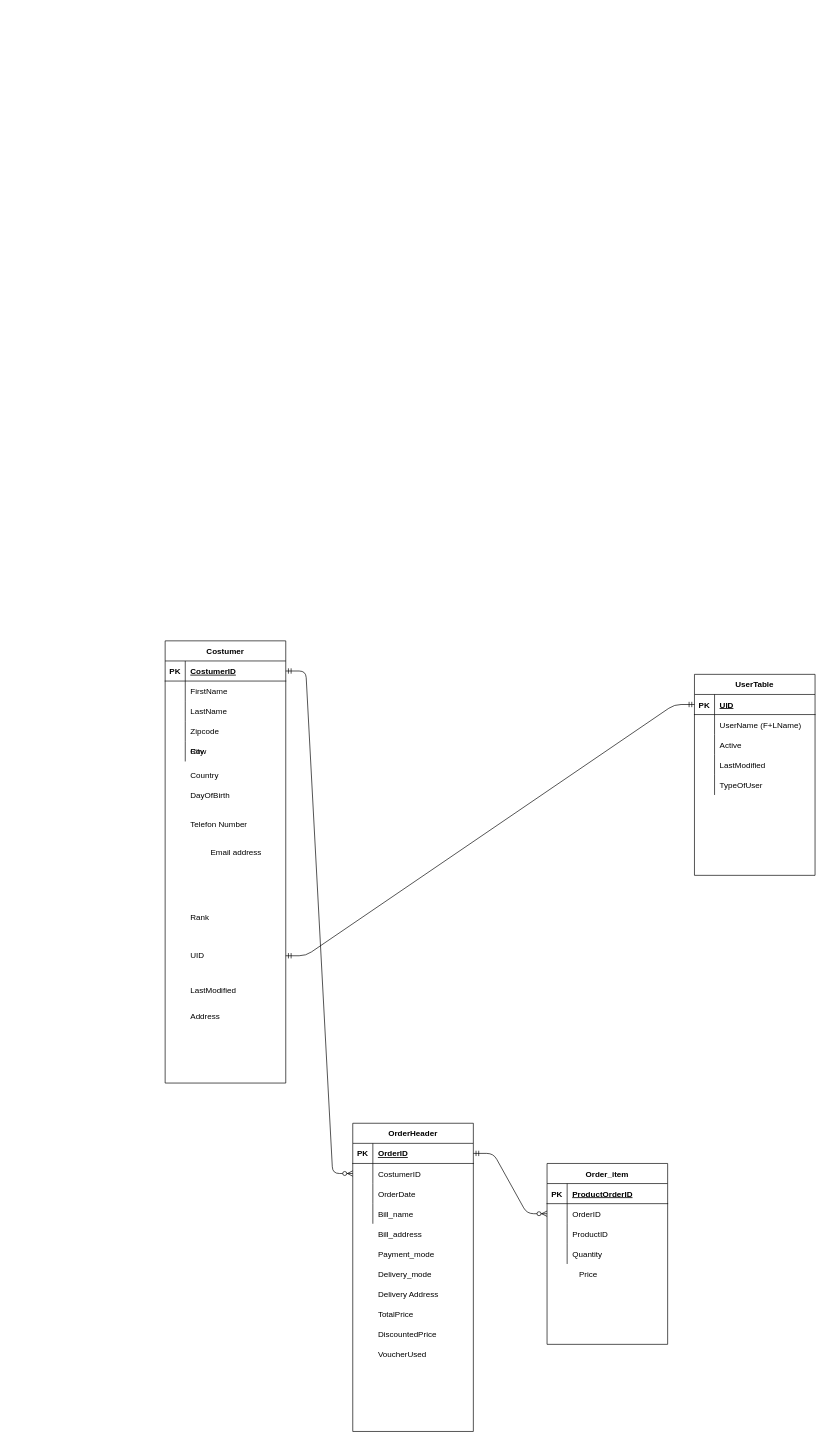
Garuda92/WebshopinPHP keeps this draw.io diagram as Untitled Diagram.drawio. Above is the earlier version. Source tidied: cells renumbered, new cells numbered last; positions are measured from the earlier drawing's top-left corner, leaving out a move shared by most shapes. Both pictures are drawn from the tidied source at 67%, with x=0, y=0 at pixel (165, 580).
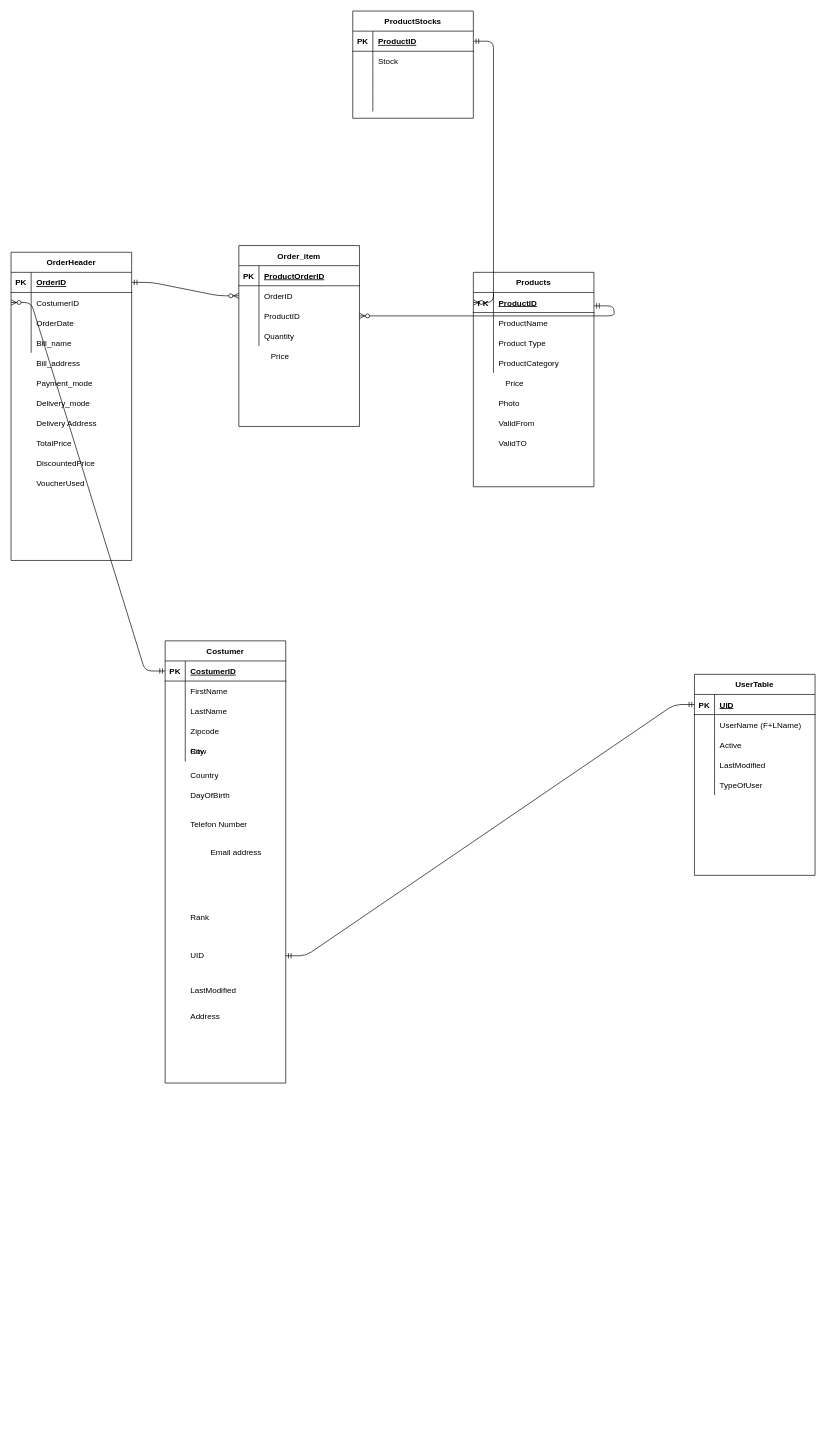
The same page after the edit.

Unchanged cells that the change refers to:
```xml
<mxCell id="50" style="shape=partialRectangle;fillColor=none;top=0;left=0;bottom=0;right=0;points=[[0,0.5],[1,0.5]];portConstraint=eastwest;" parent="43" vertex="1">
  <mxGeometry y="90" width="180" height="30" as="geometry" />
</mxCell>
```

Diff of the diagram source:
```diff
@@
     <mxCell id="18" style="group;" parent="1" vertex="1">
-      <mxGeometry x="280" y="810" width="180" height="460" as="geometry" />
+      <mxGeometry x="-230" y="-490" width="180" height="460" as="geometry" />
     </mxCell>
@@
     <mxCell id="39" style="group;" parent="1" vertex="1">
-      <mxGeometry x="570" y="870" width="180" height="270" as="geometry" />
+      <mxGeometry x="110" y="-500" width="180" height="270" as="geometry" />
     </mxCell>
@@
+    <mxCell id="94" style="group;" parent="1" vertex="1">
+      <mxGeometry x="420" y="-310" width="190" height="320" as="geometry" />
+    </mxCell>
+    <mxCell id="95" style="group;" parent="94" vertex="1">
+      <mxGeometry x="40" y="-150" width="190" height="320" as="geometry" />
+    </mxCell>
+    <mxCell id="96" value="ValidTO" style="shape=partialRectangle;fillColor=none;top=0;left=0;bottom=0;right=0;align=left;spacingLeft=6;overflow=hidden;" parent="95" vertex="1">
+      <mxGeometry x="30" y="240" width="150" height="30" as="geometry" />
+    </mxCell>
+    <mxCell id="97" value="Photo" style="shape=partialRectangle;fillColor=none;top=0;left=0;bottom=0;right=0;align=left;spacingLeft=6;overflow=hidden;" parent="95" vertex="1">
+      <mxGeometry x="30" y="180" width="150" height="30" as="geometry" />
+    </mxCell>
+    <mxCell id="98" style="shape=partialRectangle;fillColor=none;top=0;left=0;bottom=0;right=0;" parent="95" vertex="1">
+      <mxGeometry x="10" y="150" width="180" height="30" as="geometry" />
+    </mxCell>
+    <mxCell id="99" style="shape=partialRectangle;fillColor=none;top=0;left=0;bottom=0;right=0;overflow=hidden;" parent="98" vertex="1">
+      <mxGeometry width="30" height="30" as="geometry" />
+    </mxCell>
+    <mxCell id="100" value="Price" style="shape=partialRectangle;fillColor=none;top=0;left=0;bottom=0;right=0;align=left;spacingLeft=6;overflow=hidden;" parent="98" vertex="1">
+      <mxGeometry x="30" width="150" height="30" as="geometry" />
+    </mxCell>
+    <mxCell id="101" style="group;" parent="95" vertex="1">
+      <mxGeometry width="180" height="320" as="geometry" />
+    </mxCell>
+    <mxCell id="102" value="Products" style="shape=table;startSize=30;childLayout=tableLayout;rowLines=0;fontStyle=1;align=center;" parent="101" vertex="1">
+      <mxGeometry width="180" height="320" as="geometry" />
+    </mxCell>
+    <mxCell id="103" style="shape=partialRectangle;fillColor=none;top=0;left=0;bottom=1;right=0;points=[[0,0.5],[1,0.5]];portConstraint=eastwest;" parent="102" vertex="1">
+      <mxGeometry y="30" width="180" height="30" as="geometry" />
+    </mxCell>
+    <mxCell id="104" value="PK" style="shape=partialRectangle;fillColor=none;top=0;left=0;bottom=0;right=0;fontStyle=1;overflow=hidden;" parent="103" vertex="1">
+      <mxGeometry width="30" height="30" as="geometry" />
+    </mxCell>
+    <mxCell id="105" value="ProductID" style="shape=partialRectangle;fillColor=none;top=0;left=0;bottom=0;right=0;align=left;spacingLeft=6;fontStyle=5;overflow=hidden;" parent="103" vertex="1">
+      <mxGeometry x="30" width="150" height="30" as="geometry" />
+    </mxCell>
+    <mxCell id="106" style="shape=partialRectangle;fillColor=none;top=0;left=0;bottom=0;right=0;" parent="102" vertex="1">
+      <mxGeometry y="60" width="180" height="30" as="geometry" />
+    </mxCell>
+    <mxCell id="107" style="shape=partialRectangle;fillColor=none;top=0;left=0;bottom=0;right=0;overflow=hidden;" parent="106" vertex="1">
+      <mxGeometry width="30" height="30" as="geometry" />
+    </mxCell>
+    <mxCell id="108" value="ProductName" style="shape=partialRectangle;fillColor=none;top=0;left=0;bottom=0;right=0;align=left;spacingLeft=6;overflow=hidden;" parent="106" vertex="1">
+      <mxGeometry x="30" width="150" height="30" as="geometry" />
+    </mxCell>
+    <mxCell id="109" style="shape=partialRectangle;fillColor=none;top=0;left=0;bottom=0;right=0;" parent="102" vertex="1">
+      <mxGeometry y="90" width="180" height="30" as="geometry" />
+    </mxCell>
+    <mxCell id="110" style="shape=partialRectangle;fillColor=none;top=0;left=0;bottom=0;right=0;overflow=hidden;" parent="109" vertex="1">
+      <mxGeometry width="30" height="30" as="geometry" />
+    </mxCell>
+    <mxCell id="111" value="Product Type" style="shape=partialRectangle;fillColor=none;top=0;left=0;bottom=0;right=0;align=left;spacingLeft=6;overflow=hidden;" parent="109" vertex="1">
+      <mxGeometry x="30" width="150" height="30" as="geometry" />
+    </mxCell>
+    <mxCell id="112" style="shape=partialRectangle;fillColor=none;top=0;left=0;bottom=0;right=0;" parent="102" vertex="1">
+      <mxGeometry y="120" width="180" height="30" as="geometry" />
+    </mxCell>
+    <mxCell id="113" style="shape=partialRectangle;fillColor=none;top=0;left=0;bottom=0;right=0;overflow=hidden;" parent="112" vertex="1">
+      <mxGeometry width="30" height="30" as="geometry" />
+    </mxCell>
+    <mxCell id="114" value="ProductCategory" style="shape=partialRectangle;fillColor=none;top=0;left=0;bottom=0;right=0;align=left;spacingLeft=6;overflow=hidden;" parent="112" vertex="1">
+      <mxGeometry x="30" width="150" height="30" as="geometry" />
+    </mxCell>
+    <mxCell id="115" value="ValidFrom" style="shape=partialRectangle;fillColor=none;top=0;left=0;bottom=0;right=0;align=left;spacingLeft=6;overflow=hidden;" parent="101" vertex="1">
+      <mxGeometry x="30" y="210" width="150" height="30" as="geometry" />
+    </mxCell>
+    <mxCell id="116" style="edgeStyle=entityRelationEdgeStyle;fontSize=12;html=1;endArrow=ERzeroToMany;startArrow=ERmandOne;" parent="94" edge="1" target="50">
+      <mxGeometry relative="1" as="geometry">
+        <mxPoint x="220" y="-100" as="sourcePoint" />
+      </mxGeometry>
+    </mxCell>
+    <mxCell id="117" style="edgeStyle=entityRelationEdgeStyle;fontSize=12;html=1;endArrow=ERzeroToMany;startArrow=ERmandOne;exitX=1;exitY=0.5;exitDx=0;exitDy=0;entryX=0;entryY=0.5;entryDx=0;entryDy=0;" parent="1" edge="1" source="119" target="103">
+      <mxGeometry relative="1" as="geometry" />
+    </mxCell>
+    <mxCell id="118" value="&#10;ProductStocks&#10;" style="shape=table;startSize=30;childLayout=tableLayout;rowLines=0;fontStyle=1;align=center;" parent="1" vertex="1">
+      <mxGeometry x="280" y="-850" width="180" height="160" as="geometry" />
+    </mxCell>
+    <mxCell id="119" style="shape=partialRectangle;fillColor=none;top=0;left=0;bottom=1;right=0;points=[[0,0.5],[1,0.5]];portConstraint=eastwest;" parent="118" vertex="1">
+      <mxGeometry y="30" width="180" height="30" as="geometry" />
+    </mxCell>
+    <mxCell id="120" value="PK" style="shape=partialRectangle;fillColor=none;top=0;left=0;bottom=0;right=0;fontStyle=1;overflow=hidden;" parent="119" vertex="1">
+      <mxGeometry width="30" height="30" as="geometry" />
+    </mxCell>
+    <mxCell id="121" value="ProductID" style="shape=partialRectangle;fillColor=none;top=0;left=0;bottom=0;right=0;align=left;spacingLeft=6;fontStyle=5;overflow=hidden;" parent="119" vertex="1">
+      <mxGeometry x="30" width="150" height="30" as="geometry" />
+    </mxCell>
+    <mxCell id="122" style="shape=partialRectangle;fillColor=none;top=0;left=0;bottom=0;right=0;" parent="118" vertex="1">
+      <mxGeometry y="60" width="180" height="30" as="geometry" />
+    </mxCell>
+    <mxCell id="123" style="shape=partialRectangle;fillColor=none;top=0;left=0;bottom=0;right=0;overflow=hidden;" parent="122" vertex="1">
+      <mxGeometry width="30" height="30" as="geometry" />
+    </mxCell>
+    <mxCell id="124" value="Stock" style="shape=partialRectangle;fillColor=none;top=0;left=0;bottom=0;right=0;align=left;spacingLeft=6;overflow=hidden;" parent="122" vertex="1">
+      <mxGeometry x="30" width="150" height="30" as="geometry" />
+    </mxCell>
+    <mxCell id="125" style="shape=partialRectangle;fillColor=none;top=0;left=0;bottom=0;right=0;" parent="118" vertex="1">
+      <mxGeometry y="90" width="180" height="30" as="geometry" />
+    </mxCell>
+    <mxCell id="126" style="shape=partialRectangle;fillColor=none;top=0;left=0;bottom=0;right=0;overflow=hidden;" parent="125" vertex="1">
+      <mxGeometry width="30" height="30" as="geometry" />
+    </mxCell>
+    <mxCell id="127" style="shape=partialRectangle;fillColor=none;top=0;left=0;bottom=0;right=0;align=left;spacingLeft=6;overflow=hidden;" parent="125" vertex="1">
+      <mxGeometry x="30" width="150" height="30" as="geometry" />
+    </mxCell>
+    <mxCell id="128" style="shape=partialRectangle;fillColor=none;top=0;left=0;bottom=0;right=0;" parent="118" vertex="1">
+      <mxGeometry y="120" width="180" height="30" as="geometry" />
+    </mxCell>
+    <mxCell id="129" style="shape=partialRectangle;fillColor=none;top=0;left=0;bottom=0;right=0;overflow=hidden;" parent="128" vertex="1">
+      <mxGeometry width="30" height="30" as="geometry" />
+    </mxCell>
+    <mxCell id="130" style="shape=partialRectangle;fillColor=none;top=0;left=0;bottom=0;right=0;align=left;spacingLeft=6;overflow=hidden;" parent="128" vertex="1">
+      <mxGeometry x="30" width="150" height="30" as="geometry" />
+    </mxCell>
```
